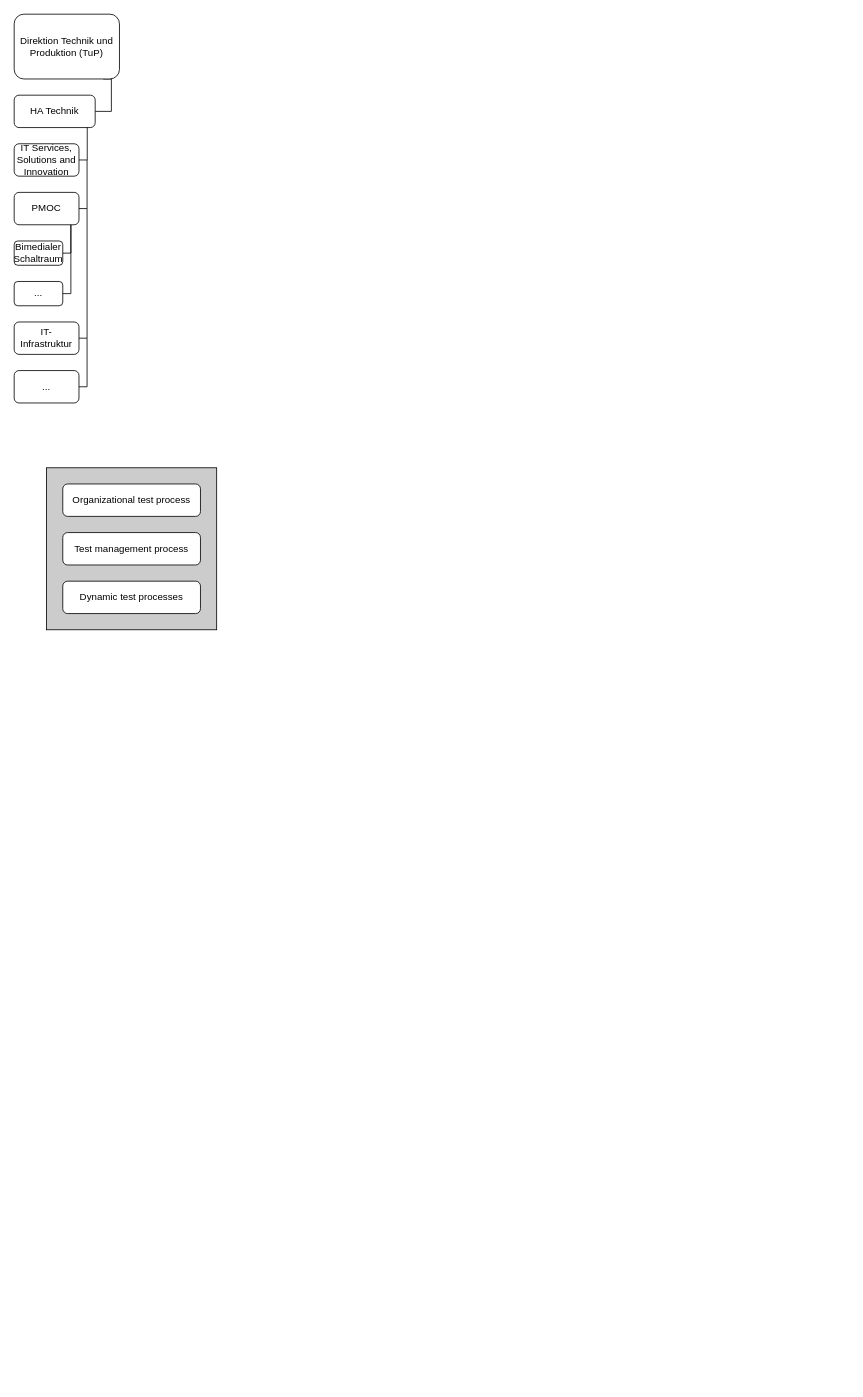
The draw.io diagram Bachelorarbeit.drawio in Baastel/Grafik_Bachelorarbeit, before the edit. Source tidied: cells renumbered, new cells numbered last; positions are measured from the earlier drawing's top-left corner, leaving out a move shared by most shapes. Both pictures are drawn from the tidied source at 81%, with x=0, y=0 at pixel (14, 14).
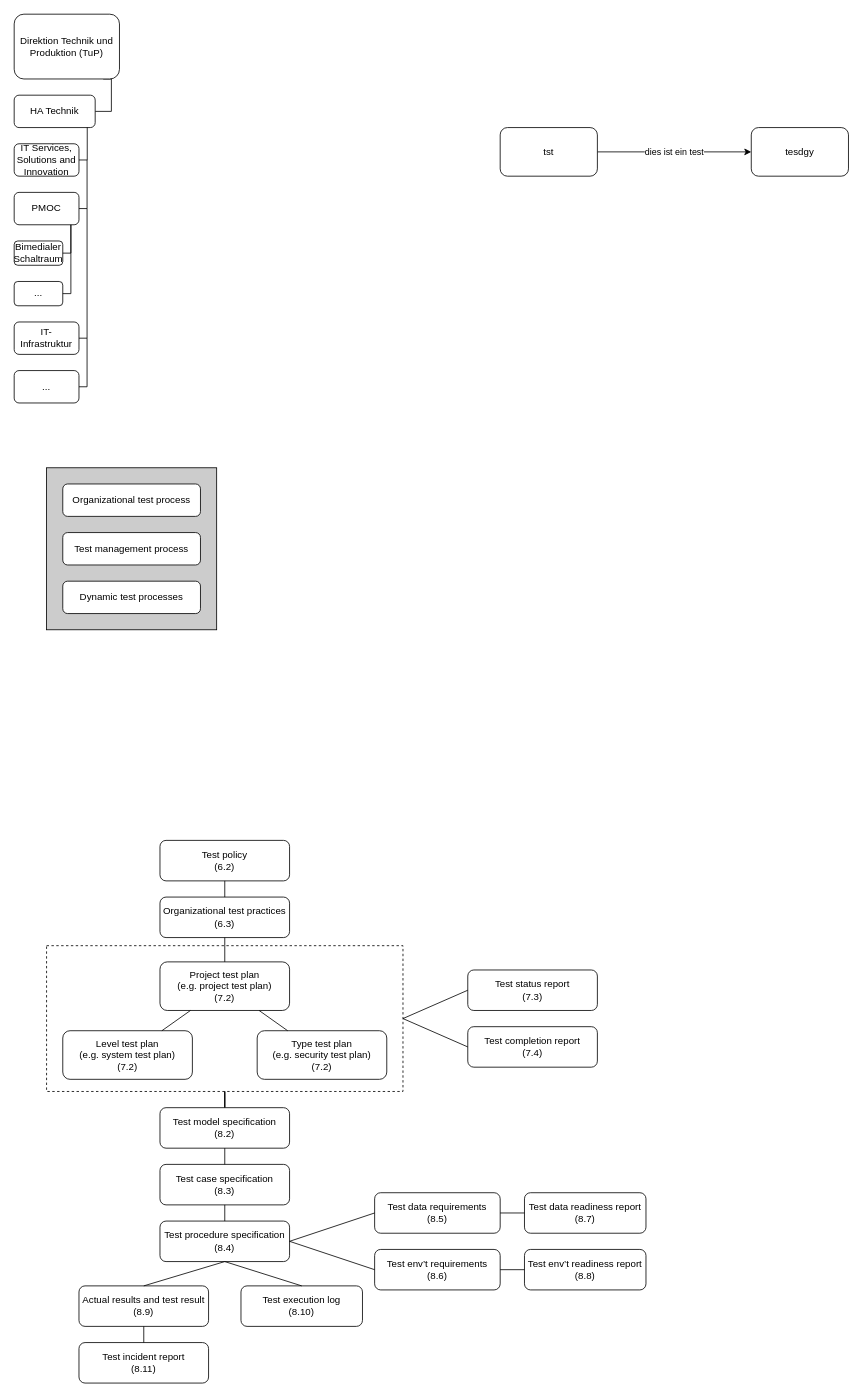
The same page after the edit.

Diff of the diagram source:
```diff
@@
+    <mxCell id="23" value="dies ist ein test" style="edgeStyle=orthogonalEdgeStyle;rounded=0;jettySize=auto;html=1;exitX=1;exitY=0.5;exitDx=0;exitDy=0;" parent="17" edge="1" source="24" target="25">
+      <mxGeometry relative="1" as="geometry" />
+    </mxCell>
+    <mxCell id="24" value="tst" style="rounded=1;whiteSpace=wrap;html=1;" parent="17" vertex="1">
+      <mxGeometry x="600" y="140" width="120" height="60" as="geometry" />
+    </mxCell>
+    <mxCell id="25" value="tesdgy" style="rounded=1;whiteSpace=wrap;html=1;" parent="17" vertex="1">
+      <mxGeometry x="910" y="140" width="120" height="60" as="geometry" />
+    </mxCell>
@@
+    <mxCell id="26" parent="0" />
+    <mxCell id="27" style="rounded=0;whiteSpace=wrap;html=1;fillColor=none;dashed=1;" parent="26" vertex="1">
+      <mxGeometry x="40" y="1150" width="440" height="180" as="geometry" />
+    </mxCell>
+    <mxCell id="28" value="Test policy&#10;(6.2)" style="rounded=1;whiteSpace=wrap;html=1;" parent="26" vertex="1">
+      <mxGeometry x="180" y="1020" width="160" height="50" as="geometry" />
+    </mxCell>
+    <mxCell id="29" value="Organizational test practices&#10;(6.3)" style="rounded=1;whiteSpace=wrap;html=1;" parent="26" vertex="1">
+      <mxGeometry x="180" y="1090" width="160" height="50" as="geometry" />
+    </mxCell>
+    <mxCell id="30" style="endArrow=none;endFill=0;" parent="26" edge="1" source="28" target="29">
+      <mxGeometry relative="1" as="geometry" />
+    </mxCell>
+    <mxCell id="31" value="Project test plan&#10;(e.g. project test plan)&#10;(7.2)" style="rounded=1;whiteSpace=wrap;html=1;" parent="26" vertex="1">
+      <mxGeometry x="180" y="1170" width="160" height="60" as="geometry" />
+    </mxCell>
+    <mxCell id="32" style="endArrow=none;endFill=0;" parent="26" edge="1" source="29" target="31">
+      <mxGeometry relative="1" as="geometry" />
+    </mxCell>
+    <mxCell id="33" value="Level test plan&#10;(e.g. system test plan)&#10;(7.2)" style="rounded=1;whiteSpace=wrap;html=1;" parent="26" vertex="1">
+      <mxGeometry x="60" y="1255" width="160" height="60" as="geometry" />
+    </mxCell>
+    <mxCell id="34" style="endArrow=none;endFill=0;" parent="26" edge="1" source="31" target="33">
+      <mxGeometry relative="1" as="geometry" />
+    </mxCell>
+    <mxCell id="35" value="Type test plan&#10;(e.g. security test plan)&#10;(7.2)" style="rounded=1;whiteSpace=wrap;html=1;" parent="26" vertex="1">
+      <mxGeometry x="300" y="1255" width="160" height="60" as="geometry" />
+    </mxCell>
+    <mxCell id="36" style="endArrow=none;endFill=0;" parent="26" edge="1" source="31" target="35">
+      <mxGeometry relative="1" as="geometry" />
+    </mxCell>
+    <mxCell id="37" value="Test status report&#10;(7.3)" style="rounded=1;whiteSpace=wrap;html=1;" parent="26" vertex="1">
+      <mxGeometry x="560" y="1180" width="160" height="50" as="geometry" />
+    </mxCell>
+    <mxCell id="38" value="Test completion report&#10;(7.4)" style="rounded=1;whiteSpace=wrap;html=1;" parent="26" vertex="1">
+      <mxGeometry x="560" y="1250" width="160" height="50" as="geometry" />
+    </mxCell>
+    <mxCell id="39" style="edgeStyle=orthogonalEdgeStyle;rounded=0;jettySize=auto;html=1;endArrow=none;endFill=0;" parent="26" edge="1" source="40" target="27">
+      <mxGeometry relative="1" as="geometry" />
+    </mxCell>
+    <mxCell id="40" value="Test model specification&#10;(8.2)" style="rounded=1;whiteSpace=wrap;html=1;" parent="26" vertex="1">
+      <mxGeometry x="180" y="1350" width="160" height="50" as="geometry" />
+    </mxCell>
+    <mxCell id="41" value="Test case specification&#10;(8.3)" style="rounded=1;whiteSpace=wrap;html=1;" parent="26" vertex="1">
+      <mxGeometry x="180" y="1420" width="160" height="50" as="geometry" />
+    </mxCell>
+    <mxCell id="42" style="endArrow=none;endFill=0;" parent="26" edge="1" source="40" target="41">
+      <mxGeometry relative="1" as="geometry" />
+    </mxCell>
+    <mxCell id="43" value="Test procedure specification&#10;(8.4)" style="rounded=1;whiteSpace=wrap;html=1;" parent="26" vertex="1">
+      <mxGeometry x="180" y="1490" width="160" height="50" as="geometry" />
+    </mxCell>
+    <mxCell id="44" style="endArrow=none;endFill=0;" parent="26" edge="1" source="41" target="43">
+      <mxGeometry relative="1" as="geometry" />
+    </mxCell>
+    <mxCell id="45" value="Test data requirements&#10;(8.5)" style="rounded=1;whiteSpace=wrap;html=1;" parent="26" vertex="1">
+      <mxGeometry x="445" y="1455" width="155" height="50" as="geometry" />
+    </mxCell>
+    <mxCell id="46" value="Test env’t requirements&#10;(8.6)" style="rounded=1;whiteSpace=wrap;html=1;" parent="26" vertex="1">
+      <mxGeometry x="445" y="1525" width="155" height="50" as="geometry" />
+    </mxCell>
+    <mxCell id="47" value="Test data readiness report&#10;(8.7)" style="rounded=1;whiteSpace=wrap;html=1;" parent="26" vertex="1">
+      <mxGeometry x="630" y="1455" width="150" height="50" as="geometry" />
+    </mxCell>
+    <mxCell id="48" style="endArrow=none;endFill=0;" parent="26" edge="1" source="45" target="47">
+      <mxGeometry relative="1" as="geometry" />
+    </mxCell>
+    <mxCell id="49" value="Test env’t readiness report&#10;(8.8)" style="rounded=1;whiteSpace=wrap;html=1;" parent="26" vertex="1">
+      <mxGeometry x="630" y="1525" width="150" height="50" as="geometry" />
+    </mxCell>
+    <mxCell id="50" style="endArrow=none;endFill=0;" parent="26" edge="1" source="46" target="49">
+      <mxGeometry relative="1" as="geometry" />
+    </mxCell>
+    <mxCell id="51" value="Actual results and test result&#10;(8.9)" style="rounded=1;whiteSpace=wrap;html=1;" parent="26" vertex="1">
+      <mxGeometry x="80" y="1570" width="160" height="50" as="geometry" />
+    </mxCell>
+    <mxCell id="52" value="Test execution log&#10;(8.10)" style="rounded=1;whiteSpace=wrap;html=1;" parent="26" vertex="1">
+      <mxGeometry x="280" y="1570" width="150" height="50" as="geometry" />
+    </mxCell>
+    <mxCell id="53" value="Test incident report&#10;(8.11)" style="rounded=1;whiteSpace=wrap;html=1;" parent="26" vertex="1">
+      <mxGeometry x="80" y="1640" width="160" height="50" as="geometry" />
+    </mxCell>
+    <mxCell id="54" style="endArrow=none;endFill=0;" parent="26" edge="1" source="51" target="53">
+      <mxGeometry relative="1" as="geometry" />
+    </mxCell>
+    <mxCell id="55" style="endArrow=none;html=1;rounded=0;entryX=0;entryY=0.5;entryDx=0;entryDy=0;exitX=1;exitY=0.5;exitDx=0;exitDy=0;" parent="26" edge="1" source="27" target="37">
+      <mxGeometry relative="1" as="geometry" />
+    </mxCell>
+    <mxCell id="56" style="endArrow=none;html=1;rounded=0;entryX=0;entryY=0.5;entryDx=0;entryDy=0;exitX=1;exitY=0.5;exitDx=0;exitDy=0;" parent="26" edge="1" source="27" target="38">
+      <mxGeometry relative="1" as="geometry" />
+    </mxCell>
+    <mxCell id="57" style="endArrow=none;html=1;rounded=0;exitX=1;exitY=0.5;exitDx=0;exitDy=0;entryX=0;entryY=0.5;entryDx=0;entryDy=0;" parent="26" edge="1" source="43" target="45">
+      <mxGeometry relative="1" as="geometry" />
+    </mxCell>
+    <mxCell id="58" style="endArrow=none;html=1;rounded=0;exitX=1;exitY=0.5;exitDx=0;exitDy=0;entryX=0;entryY=0.5;entryDx=0;entryDy=0;" parent="26" edge="1" source="43" target="46">
+      <mxGeometry relative="1" as="geometry" />
+    </mxCell>
+    <mxCell id="59" style="endArrow=none;html=1;rounded=0;exitX=0.5;exitY=0;exitDx=0;exitDy=0;entryX=0.5;entryY=1;entryDx=0;entryDy=0;" parent="26" edge="1" source="51" target="43">
+      <mxGeometry relative="1" as="geometry" />
+    </mxCell>
+    <mxCell id="60" style="endArrow=none;html=1;rounded=0;exitX=0.5;exitY=1;exitDx=0;exitDy=0;entryX=0.5;entryY=0;entryDx=0;entryDy=0;" parent="26" edge="1" source="43" target="52">
+      <mxGeometry relative="1" as="geometry" />
+    </mxCell>
```
